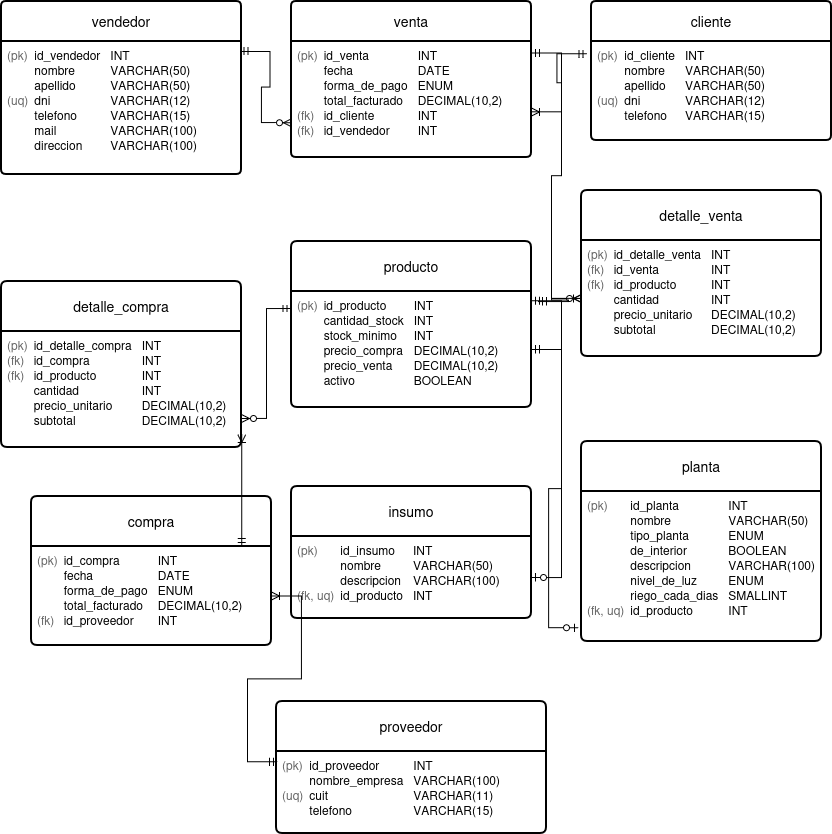
This is Diagramas/EER_tablas_Vivero.png from Laura-Morea/Vivero-TP, a draw.io export, as it was before one commit. Source tidied: cells renumbered, new cells last; positions are measured from the earlier drawing's top-left corner, leaving out a move shared by most shapes.
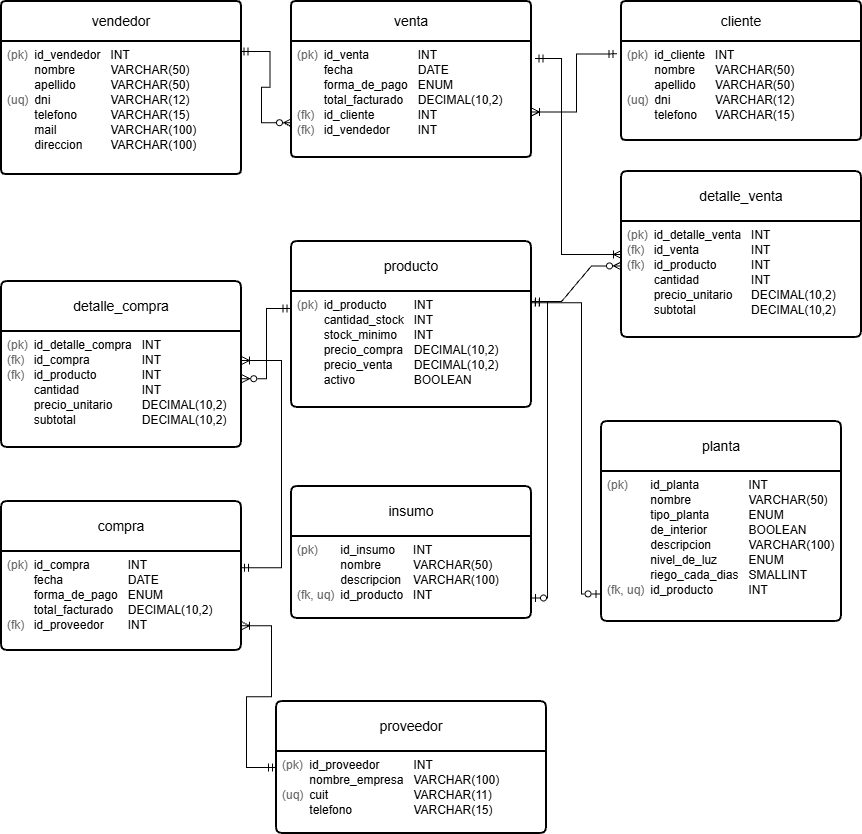
After the change.

Diff of the diagram source:
```diff
@@ -3,7 +3,7 @@
     <mxCell id="0" />
     <mxCell id="1" parent="0" />
     <mxCell id="2" value="cliente" style="swimlane;horizontal=1;startSize=40;rounded=1;fontSize=14;fontStyle=0;strokeWidth=2;shadow=0;dashed=0;align=center;arcSize=4;whiteSpace=wrap;html=1;" parent="1" vertex="1">
-      <mxGeometry x="590" width="240" height="139" as="geometry" />
+      <mxGeometry x="620" width="240" height="139" as="geometry" />
     </mxCell>
     <mxCell id="3" value="&lt;table style=&quot;border-collapse:collapse;font-size:12px;line-height:15px;&quot;&gt;&lt;tr&gt;&lt;td style=&quot;padding:0 6px 0 0;color:#666;&quot;&gt;(pk)&lt;/td&gt;&lt;td style=&quot;padding:0 10px 0 0;&quot;&gt;id_cliente&lt;/td&gt;&lt;td style=&quot;padding:0;&quot;&gt;INT&lt;/td&gt;&lt;/tr&gt;&lt;tr&gt;&lt;td style=&quot;padding:0 6px 0 0;color:#666;&quot;&gt;&lt;/td&gt;&lt;td style=&quot;padding:0 10px 0 0;&quot;&gt;nombre&lt;/td&gt;&lt;td style=&quot;padding:0;&quot;&gt;VARCHAR(50)&lt;/td&gt;&lt;/tr&gt;&lt;tr&gt;&lt;td style=&quot;padding:0 6px 0 0;color:#666;&quot;&gt;&lt;/td&gt;&lt;td style=&quot;padding:0 10px 0 0;&quot;&gt;apellido&lt;/td&gt;&lt;td style=&quot;padding:0;&quot;&gt;VARCHAR(50)&lt;/td&gt;&lt;/tr&gt;&lt;tr&gt;&lt;td style=&quot;padding:0 6px 0 0;color:#666;&quot;&gt;(uq)&lt;/td&gt;&lt;td style=&quot;padding:0 10px 0 0;&quot;&gt;dni&lt;/td&gt;&lt;td style=&quot;padding:0;&quot;&gt;VARCHAR(12)&lt;/td&gt;&lt;/tr&gt;&lt;tr&gt;&lt;td style=&quot;padding:0 6px 0 0;color:#666;&quot;&gt;&lt;/td&gt;&lt;td style=&quot;padding:0 10px 0 0;&quot;&gt;telefono&lt;/td&gt;&lt;td style=&quot;padding:0;&quot;&gt;VARCHAR(15)&lt;/td&gt;&lt;/tr&gt;&lt;/table&gt;" style="align=left;strokeColor=none;fillColor=none;spacingLeft=4;spacingRight=4;fontSize=12;verticalAlign=top;html=1;whiteSpace=wrap;" parent="2" vertex="1">
       <mxGeometry y="40" width="240" height="99" as="geometry" />
@@ -20,8 +20,8 @@
     <mxCell id="7" value="&lt;table style=&quot;border-collapse:collapse;font-size:12px;line-height:15px;&quot;&gt;&lt;tr&gt;&lt;td style=&quot;padding:0 6px 0 0;color:#666;&quot;&gt;(pk)&lt;/td&gt;&lt;td style=&quot;padding:0 10px 0 0;&quot;&gt;id_vendedor&lt;/td&gt;&lt;td style=&quot;padding:0;&quot;&gt;INT&lt;/td&gt;&lt;/tr&gt;&lt;tr&gt;&lt;td style=&quot;padding:0 6px 0 0;color:#666;&quot;&gt;&lt;/td&gt;&lt;td style=&quot;padding:0 10px 0 0;&quot;&gt;nombre&lt;/td&gt;&lt;td style=&quot;padding:0;&quot;&gt;VARCHAR(50)&lt;/td&gt;&lt;/tr&gt;&lt;tr&gt;&lt;td style=&quot;padding:0 6px 0 0;color:#666;&quot;&gt;&lt;/td&gt;&lt;td style=&quot;padding:0 10px 0 0;&quot;&gt;apellido&lt;/td&gt;&lt;td style=&quot;padding:0;&quot;&gt;VARCHAR(50)&lt;/td&gt;&lt;/tr&gt;&lt;tr&gt;&lt;td style=&quot;padding:0 6px 0 0;color:#666;&quot;&gt;(uq)&lt;/td&gt;&lt;td style=&quot;padding:0 10px 0 0;&quot;&gt;dni&lt;/td&gt;&lt;td style=&quot;padding:0;&quot;&gt;VARCHAR(12)&lt;/td&gt;&lt;/tr&gt;&lt;tr&gt;&lt;td style=&quot;padding:0 6px 0 0;color:#666;&quot;&gt;&lt;/td&gt;&lt;td style=&quot;padding:0 10px 0 0;&quot;&gt;telefono&lt;/td&gt;&lt;td style=&quot;padding:0;&quot;&gt;VARCHAR(15)&lt;/td&gt;&lt;/tr&gt;&lt;tr&gt;&lt;td style=&quot;padding:0 6px 0 0;color:#666;&quot;&gt;&lt;/td&gt;&lt;td style=&quot;padding:0 10px 0 0;&quot;&gt;mail&lt;/td&gt;&lt;td style=&quot;padding:0;&quot;&gt;VARCHAR(100)&lt;/td&gt;&lt;/tr&gt;&lt;tr&gt;&lt;td style=&quot;padding:0 6px 0 0;color:#666;&quot;&gt;&lt;/td&gt;&lt;td style=&quot;padding:0 10px 0 0;&quot;&gt;direccion&lt;/td&gt;&lt;td style=&quot;padding:0;&quot;&gt;VARCHAR(100)&lt;/td&gt;&lt;/tr&gt;&lt;/table&gt;" style="align=left;strokeColor=none;fillColor=none;spacingLeft=4;spacingRight=4;fontSize=12;verticalAlign=top;html=1;whiteSpace=wrap;" parent="6" vertex="1">
       <mxGeometry y="40" width="240" height="133" as="geometry" />
     </mxCell>
-    <mxCell id="8" style="edgeStyle=orthogonalEdgeStyle;rounded=0;jettySize=auto;html=1;entryX=1;entryY=0.75;entryDx=0;entryDy=0;defaultLabelBackgroundColor=page;exitX=-0.002;exitY=0.147;exitDx=0;exitDy=0;exitPerimeter=0;startArrow=ERmandOne;startFill=0;endArrow=ERzeroToMany;endFill=0;" parent="1" edge="1" source="10" target="18">
-      <mxGeometry x="0.09" relative="1" as="geometry" />
+    <mxCell id="8" style="edgeStyle=orthogonalEdgeStyle;rounded=0;jettySize=auto;html=1;entryX=1.001;entryY=0.407;entryDx=0;entryDy=0;defaultLabelBackgroundColor=page;exitX=-0.002;exitY=0.147;exitDx=0;exitDy=0;exitPerimeter=0;startArrow=ERmandOne;startFill=0;endArrow=ERzeroToMany;endFill=0;entryPerimeter=0;" parent="1" edge="1" source="10" target="18">
+      <mxGeometry x="0.46" relative="1" as="geometry" />
     </mxCell>
     <mxCell id="9" value="producto" style="swimlane;horizontal=1;startSize=50;rounded=1;fontSize=14;fontStyle=0;strokeWidth=2;shadow=0;dashed=0;align=center;arcSize=4;whiteSpace=wrap;html=1;" parent="1" vertex="1">
       <mxGeometry x="290" y="240" width="240" height="166" as="geometry" />
@@ -30,13 +30,13 @@
       <mxGeometry y="50" width="240" height="116" as="geometry" />
     </mxCell>
     <mxCell id="11" value="detalle_venta" style="swimlane;horizontal=1;startSize=50;rounded=1;fontSize=14;fontStyle=0;strokeWidth=2;shadow=0;dashed=0;align=center;arcSize=4;whiteSpace=wrap;html=1;" parent="1" vertex="1">
-      <mxGeometry x="580" y="189" width="240" height="166" as="geometry" />
+      <mxGeometry x="620" y="170" width="240" height="166" as="geometry" />
     </mxCell>
     <mxCell id="12" value="&lt;table style=&quot;border-collapse:collapse;font-size:12px;line-height:15px;&quot;&gt;&lt;tr&gt;&lt;td style=&quot;padding:0 6px 0 0;color:#666;&quot;&gt;(pk)&lt;/td&gt;&lt;td style=&quot;padding:0 10px 0 0;&quot;&gt;id_detalle_venta&lt;/td&gt;&lt;td style=&quot;padding:0;&quot;&gt;INT&lt;/td&gt;&lt;/tr&gt;&lt;tr&gt;&lt;td style=&quot;padding:0 6px 0 0;color:#666;&quot;&gt;(fk)&lt;/td&gt;&lt;td style=&quot;padding:0 10px 0 0;&quot;&gt;id_venta&lt;/td&gt;&lt;td style=&quot;padding:0;&quot;&gt;INT&lt;/td&gt;&lt;/tr&gt;&lt;tr&gt;&lt;td style=&quot;padding:0 6px 0 0;color:#666;&quot;&gt;(fk)&lt;/td&gt;&lt;td style=&quot;padding:0 10px 0 0;&quot;&gt;id_producto&lt;/td&gt;&lt;td style=&quot;padding:0;&quot;&gt;INT&lt;/td&gt;&lt;/tr&gt;&lt;tr&gt;&lt;td style=&quot;padding:0 6px 0 0;color:#666;&quot;&gt;&lt;/td&gt;&lt;td style=&quot;padding:0 10px 0 0;&quot;&gt;cantidad&lt;/td&gt;&lt;td style=&quot;padding:0;&quot;&gt;INT&lt;/td&gt;&lt;/tr&gt;&lt;tr&gt;&lt;td style=&quot;padding:0 6px 0 0;color:#666;&quot;&gt;&lt;/td&gt;&lt;td style=&quot;padding:0 10px 0 0;&quot;&gt;precio_unitario&lt;/td&gt;&lt;td style=&quot;padding:0;&quot;&gt;DECIMAL(10,2)&lt;/td&gt;&lt;/tr&gt;&lt;tr&gt;&lt;td style=&quot;padding:0 6px 0 0;color:#666;&quot;&gt;&lt;/td&gt;&lt;td style=&quot;padding:0 10px 0 0;&quot;&gt;subtotal&lt;/td&gt;&lt;td style=&quot;padding:0;&quot;&gt;DECIMAL(10,2)&lt;/td&gt;&lt;/tr&gt;&lt;/table&gt;" style="align=left;strokeColor=none;fillColor=none;spacingLeft=4;spacingRight=4;fontSize=12;verticalAlign=top;html=1;whiteSpace=wrap;" parent="11" vertex="1">
       <mxGeometry y="50" width="240" height="116" as="geometry" />
     </mxCell>
     <mxCell id="13" value="planta" style="swimlane;horizontal=1;startSize=50;rounded=1;fontSize=14;fontStyle=0;strokeWidth=2;shadow=0;dashed=0;align=center;arcSize=4;whiteSpace=wrap;html=1;" parent="1" vertex="1">
-      <mxGeometry x="580" y="440" width="240" height="200" as="geometry" />
+      <mxGeometry x="600" y="420" width="240" height="200" as="geometry" />
     </mxCell>
     <mxCell id="14" value="&lt;table style=&quot;border-collapse:collapse;font-size:12px;line-height:15px;&quot;&gt;&lt;tr&gt;&lt;td style=&quot;padding:0 6px 0 0;color:#666;&quot;&gt;(pk)&lt;/td&gt;&lt;td style=&quot;padding:0 10px 0 0;&quot;&gt;id_planta&lt;/td&gt;&lt;td style=&quot;padding:0;&quot;&gt;INT&lt;/td&gt;&lt;/tr&gt;&lt;tr&gt;&lt;td style=&quot;padding:0 6px 0 0;color:#666;&quot;&gt;&lt;/td&gt;&lt;td style=&quot;padding:0 10px 0 0;&quot;&gt;nombre&lt;/td&gt;&lt;td style=&quot;padding:0;&quot;&gt;VARCHAR(50)&lt;/td&gt;&lt;/tr&gt;&lt;tr&gt;&lt;td style=&quot;padding:0 6px 0 0;color:#666;&quot;&gt;&lt;/td&gt;&lt;td style=&quot;padding:0 10px 0 0;&quot;&gt;tipo_planta&lt;/td&gt;&lt;td style=&quot;padding:0;&quot;&gt;ENUM&lt;/td&gt;&lt;/tr&gt;&lt;tr&gt;&lt;td style=&quot;padding:0 6px 0 0;color:#666;&quot;&gt;&lt;/td&gt;&lt;td style=&quot;padding:0 10px 0 0;&quot;&gt;de_interior&lt;/td&gt;&lt;td style=&quot;padding:0;&quot;&gt;BOOLEAN&lt;/td&gt;&lt;/tr&gt;&lt;tr&gt;&lt;td style=&quot;padding:0 6px 0 0;color:#666;&quot;&gt;&lt;/td&gt;&lt;td style=&quot;padding:0 10px 0 0;&quot;&gt;descripcion&lt;/td&gt;&lt;td style=&quot;padding:0;&quot;&gt;VARCHAR(100)&lt;/td&gt;&lt;/tr&gt;&lt;tr&gt;&lt;td style=&quot;padding:0 6px 0 0;color:#666;&quot;&gt;&lt;/td&gt;&lt;td style=&quot;padding:0 10px 0 0;&quot;&gt;nivel_de_luz&lt;/td&gt;&lt;td style=&quot;padding:0;&quot;&gt;ENUM&lt;/td&gt;&lt;/tr&gt;&lt;tr&gt;&lt;td style=&quot;padding:0 6px 0 0;color:#666;&quot;&gt;&lt;/td&gt;&lt;td style=&quot;padding:0 10px 0 0;&quot;&gt;riego_cada_dias&lt;/td&gt;&lt;td style=&quot;padding:0;&quot;&gt;SMALLINT&lt;/td&gt;&lt;/tr&gt;&lt;tr&gt;&lt;td style=&quot;padding:0 6px 0 0;color:#666;&quot;&gt;(fk, uq)&lt;/td&gt;&lt;td style=&quot;padding:0 10px 0 0;&quot;&gt;id_producto&lt;/td&gt;&lt;td style=&quot;padding:0;&quot;&gt;INT&lt;/td&gt;&lt;/tr&gt;&lt;/table&gt;" style="align=left;strokeColor=none;fillColor=none;spacingLeft=4;spacingRight=4;fontSize=12;verticalAlign=top;html=1;whiteSpace=wrap;" parent="13" vertex="1">
       <mxGeometry y="50" width="240" height="150" as="geometry" />
@@ -54,7 +54,7 @@
       <mxGeometry y="50" width="240" height="116" as="geometry" />
     </mxCell>
     <mxCell id="19" value="compra" style="swimlane;horizontal=1;startSize=50;rounded=1;fontSize=14;fontStyle=0;strokeWidth=2;shadow=0;dashed=0;align=center;arcSize=4;whiteSpace=wrap;html=1;" parent="1" vertex="1">
-      <mxGeometry x="30" y="495" width="240" height="149" as="geometry" />
+      <mxGeometry y="500" width="240" height="149" as="geometry" />
     </mxCell>
     <mxCell id="20" value="&lt;table style=&quot;border-collapse:collapse;font-size:12px;line-height:15px;&quot;&gt;&lt;tr&gt;&lt;td style=&quot;padding:0 6px 0 0;color:#666;&quot;&gt;(pk)&lt;/td&gt;&lt;td style=&quot;padding:0 10px 0 0;&quot;&gt;id_compra&lt;/td&gt;&lt;td style=&quot;padding:0;&quot;&gt;INT&lt;/td&gt;&lt;/tr&gt;&lt;tr&gt;&lt;td style=&quot;padding:0 6px 0 0;color:#666;&quot;&gt;&lt;/td&gt;&lt;td style=&quot;padding:0 10px 0 0;&quot;&gt;fecha&lt;/td&gt;&lt;td style=&quot;padding:0;&quot;&gt;DATE&lt;/td&gt;&lt;/tr&gt;&lt;tr&gt;&lt;td style=&quot;padding:0 6px 0 0;color:#666;&quot;&gt;&lt;/td&gt;&lt;td style=&quot;padding:0 10px 0 0;&quot;&gt;forma_de_pago&lt;/td&gt;&lt;td style=&quot;padding:0;&quot;&gt;ENUM&lt;/td&gt;&lt;/tr&gt;&lt;tr&gt;&lt;td style=&quot;padding:0 6px 0 0;color:#666;&quot;&gt;&lt;/td&gt;&lt;td style=&quot;padding:0 10px 0 0;&quot;&gt;total_facturado&lt;/td&gt;&lt;td style=&quot;padding:0;&quot;&gt;DECIMAL(10,2)&lt;/td&gt;&lt;/tr&gt;&lt;tr&gt;&lt;td style=&quot;padding:0 6px 0 0;color:#666;&quot;&gt;(fk)&lt;/td&gt;&lt;td style=&quot;padding:0 10px 0 0;&quot;&gt;id_proveedor&lt;/td&gt;&lt;td style=&quot;padding:0;&quot;&gt;INT&lt;/td&gt;&lt;/tr&gt;&lt;/table&gt;" style="align=left;strokeColor=none;fillColor=none;spacingLeft=4;spacingRight=4;fontSize=12;verticalAlign=top;html=1;whiteSpace=wrap;" parent="19" vertex="1">
       <mxGeometry y="50" width="240" height="99" as="geometry" />
@@ -68,29 +68,48 @@
     <mxCell id="23" style="edgeStyle=entityRelationEdgeStyle;fontSize=12;html=1;rounded=0;entryX=0;entryY=0.7;entryDx=0;entryDy=0;exitX=0.994;exitY=0.076;exitDx=0;exitDy=0;exitPerimeter=0;entryPerimeter=0;startArrow=ERmandOne;startFill=0;endArrow=ERzeroToMany;endFill=0;" parent="1" edge="1" source="7" target="5">
       <mxGeometry relative="1" as="geometry" />
     </mxCell>
-    <mxCell id="24" style="edgeStyle=entityRelationEdgeStyle;fontSize=12;html=1;rounded=0;exitX=1;exitY=0.607;exitDx=0;exitDy=0;exitPerimeter=0;entryX=-0.019;entryY=0.125;entryDx=0;entryDy=0;entryPerimeter=0;startArrow=ERoneToMany;startFill=0;endArrow=ERmandOne;endFill=0;" parent="1" edge="1" source="5" target="3">
+    <mxCell id="24" style="edgeStyle=orthogonalEdgeStyle;fontSize=12;html=1;rounded=0;exitX=1;exitY=0.607;exitDx=0;exitDy=0;exitPerimeter=0;entryX=-0.019;entryY=0.125;entryDx=0;entryDy=0;entryPerimeter=0;startArrow=ERoneToMany;startFill=0;endArrow=ERmandOne;endFill=0;" parent="1" edge="1" source="5" target="3">
       <mxGeometry relative="1" as="geometry" />
     </mxCell>
-    <mxCell id="25" style="edgeStyle=entityRelationEdgeStyle;fontSize=12;html=1;rounded=0;exitX=1;exitY=0.1;exitDx=0;exitDy=0;exitPerimeter=0;startArrow=ERmandOne;startFill=0;endArrow=ERoneToMany;endFill=0;" parent="1" edge="1" source="5" target="12">
-      <mxGeometry x="-0.08" relative="1" as="geometry" />
+    <mxCell id="25" style="edgeStyle=orthogonalEdgeStyle;fontSize=12;html=1;rounded=0;exitX=1.015;exitY=0.147;exitDx=0;exitDy=0;exitPerimeter=0;startArrow=ERmandOne;startFill=0;endArrow=ERoneToMany;endFill=0;entryX=0;entryY=0.5;entryDx=0;entryDy=0;" parent="1" edge="1" source="5" target="11">
+      <mxGeometry x="-0.09" relative="1" as="geometry">
+        <Array as="points">
+          <mxPoint x="560" y="57.1" />
+          <mxPoint x="560" y="253" />
+        </Array>
+      </mxGeometry>
     </mxCell>
-    <mxCell id="26" style="edgeStyle=entityRelationEdgeStyle;fontSize=12;html=1;rounded=0;exitX=1.029;exitY=0.087;exitDx=0;exitDy=0;exitPerimeter=0;startArrow=ERmandOne;startFill=0;endArrow=ERzeroToMany;endFill=0;" parent="1" edge="1" source="10" target="12">
-      <mxGeometry x="0.39" relative="1" as="geometry" />
+    <mxCell id="26" style="edgeStyle=entityRelationEdgeStyle;fontSize=12;html=1;rounded=0;startArrow=ERmandOne;startFill=0;endArrow=ERzeroToMany;endFill=0;" parent="1" edge="1">
+      <mxGeometry x="0.54" relative="1" as="geometry">
+        <mxPoint x="530" y="300.1" as="sourcePoint" />
+        <mxPoint x="620" y="264.4" as="targetPoint" />
+      </mxGeometry>
     </mxCell>
-    <mxCell id="27" style="edgeStyle=entityRelationEdgeStyle;fontSize=12;html=1;rounded=0;entryX=-0.012;entryY=0.908;entryDx=0;entryDy=0;entryPerimeter=0;snapToPoint=1;startArrow=ERmandOne;startFill=0;endArrow=ERzeroToOne;endFill=0;" parent="1" edge="1" source="10" target="14">
-      <mxGeometry relative="1" as="geometry" />
+    <mxCell id="27" style="edgeStyle=orthogonalEdgeStyle;fontSize=12;html=1;rounded=0;entryX=-0.006;entryY=0.816;entryDx=0;entryDy=0;entryPerimeter=0;snapToPoint=1;startArrow=ERmandOne;startFill=0;endArrow=ERzeroToOne;endFill=0;exitX=0.999;exitY=0.097;exitDx=0;exitDy=0;exitPerimeter=0;" parent="1" edge="1" source="10" target="14">
+      <mxGeometry x="0.13" relative="1" as="geometry">
+        <Array as="points">
+          <mxPoint x="580" y="301.3" />
+          <mxPoint x="580" y="592.4" />
+        </Array>
+      </mxGeometry>
     </mxCell>
-    <mxCell id="28" style="edgeStyle=entityRelationEdgeStyle;fontSize=12;html=1;rounded=0;entryX=1;entryY=0.079;entryDx=0;entryDy=0;entryPerimeter=0;startArrow=ERzeroToOne;startFill=0;endArrow=ERmandOne;endFill=0;" parent="1" edge="1" source="16" target="10">
-      <mxGeometry relative="1" as="geometry" />
+    <mxCell id="28" style="edgeStyle=orthogonalEdgeStyle;fontSize=12;html=1;rounded=0;startArrow=ERzeroToOne;startFill=0;endArrow=ERmandOne;endFill=0;exitX=1;exitY=0.75;exitDx=0;exitDy=0;libavoidRouting=1;" parent="1" edge="1" source="16">
+      <mxGeometry x="0.06" relative="1" as="geometry">
+        <mxPoint x="530" y="300" as="targetPoint" />
+        <Array as="points">
+          <mxPoint x="546" y="597" />
+          <mxPoint x="546" y="300" />
+        </Array>
+      </mxGeometry>
     </mxCell>
-    <mxCell id="29" style="edgeStyle=entityRelationEdgeStyle;fontSize=12;html=1;rounded=0;entryX=0.004;entryY=0.125;entryDx=0;entryDy=0;entryPerimeter=0;startArrow=ERoneToMany;startFill=0;endArrow=ERmandOne;endFill=0;" parent="1" edge="1" source="20" target="22">
+    <mxCell id="29" style="edgeStyle=entityRelationEdgeStyle;fontSize=12;html=1;rounded=0;entryX=0;entryY=0.5;entryDx=0;entryDy=0;startArrow=ERoneToMany;startFill=0;endArrow=ERmandOne;endFill=0;exitX=1;exitY=0.75;exitDx=0;exitDy=0;" parent="1" edge="1" source="20" target="21">
       <mxGeometry relative="1" as="geometry" />
     </mxCell>
-    <mxCell id="30" style="edgeStyle=orthogonalEdgeStyle;rounded=0;jettySize=auto;html=1;entryX=1.001;entryY=0.888;entryDx=0;entryDy=0;entryPerimeter=0;startArrow=ERmandOne;startFill=0;endArrow=ERoneToMany;endFill=0;" parent="1" edge="1" source="20" target="18">
+    <mxCell id="30" style="edgeStyle=orthogonalEdgeStyle;rounded=0;jettySize=auto;html=1;entryX=1;entryY=0.25;entryDx=0;entryDy=0;startArrow=ERmandOne;startFill=0;endArrow=ERoneToMany;endFill=0;exitX=0.996;exitY=0.164;exitDx=0;exitDy=0;exitPerimeter=0;" parent="1" edge="1" source="20" target="18">
       <mxGeometry relative="1" as="geometry">
         <Array as="points">
-          <mxPoint x="240" y="560" />
-          <mxPoint x="240" y="418.8" />
+          <mxPoint x="280" y="566.2" />
+          <mxPoint x="280" y="359" />
         </Array>
       </mxGeometry>
     </mxCell>
```
